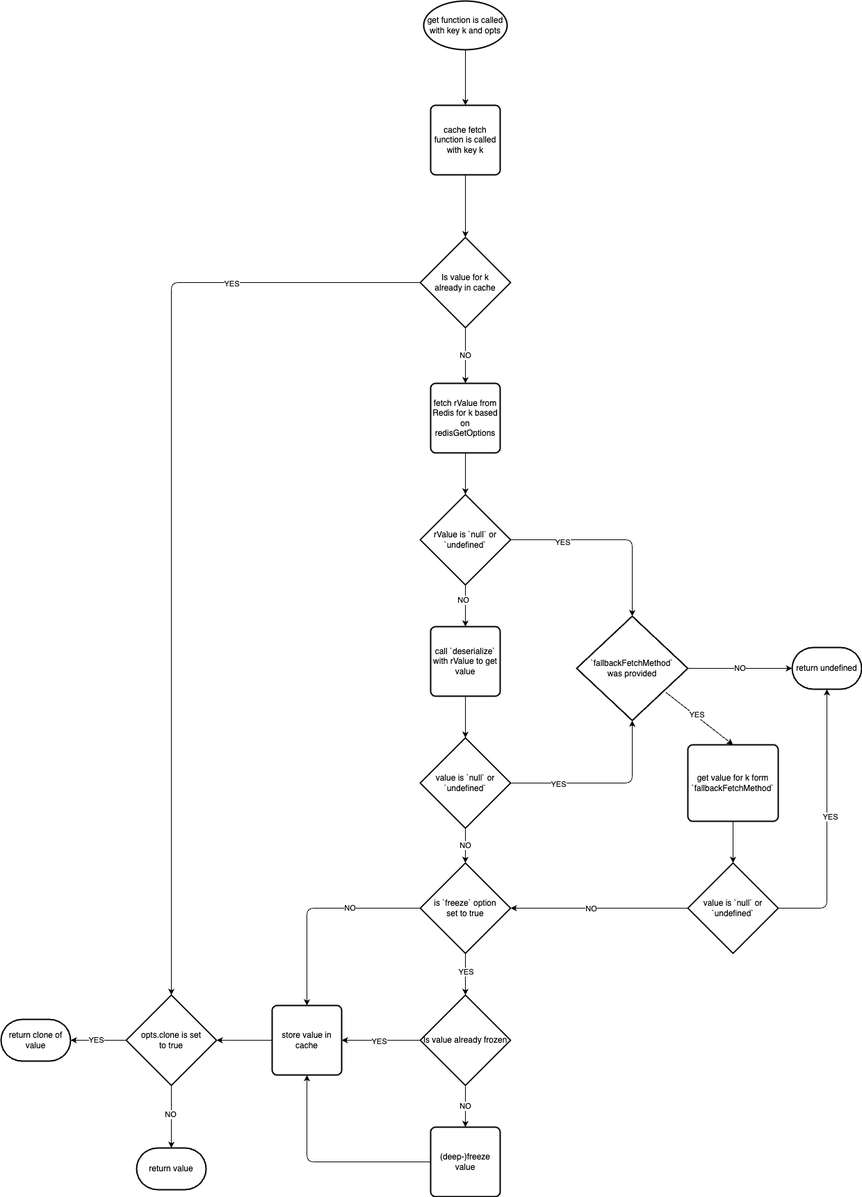
Before: diagrams/getFlow.png, a diagram exported from draw.io (tcs-de/redis-value-cache). Source tidied: cells renumbered, new cells last; positions are measured from the earlier drawing's top-left corner, leaving out a move shared by most shapes.
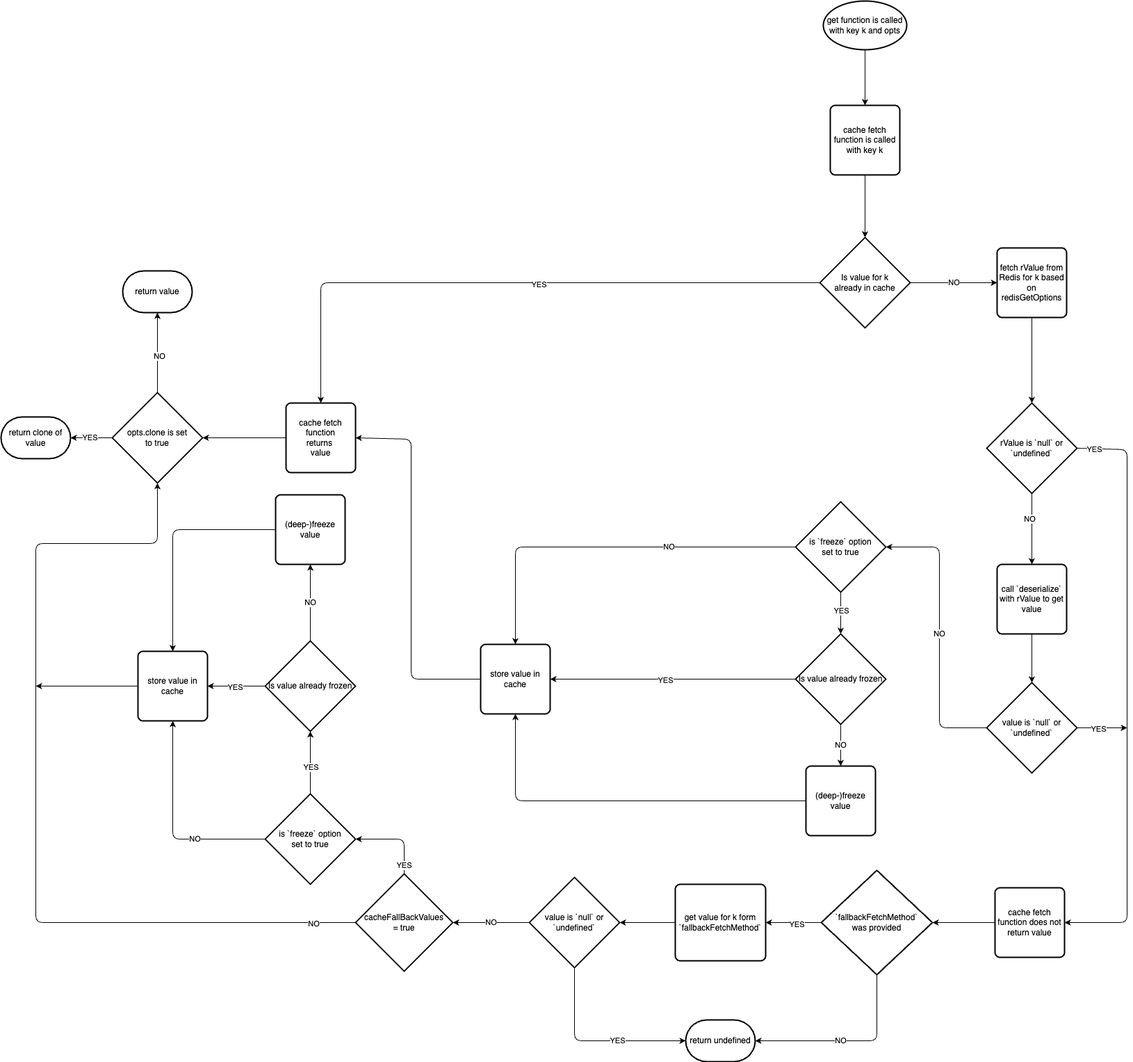
The same diagram one commit later.

Commit message:
freezing fallbackValues and update flowchart

The edit, as a diff of the source:
```diff
@@ -8,3 +8,3 @@
     <mxCell id="3" value="get function is called with key k and opts" style="strokeWidth=2;html=1;shape=mxgraph.flowchart.start_1;whiteSpace=wrap;" parent="1" vertex="1">
-      <mxGeometry x="608" width="120" height="70" as="geometry" />
+      <mxGeometry x="753" width="120" height="70" as="geometry" />
     </mxCell>
@@ -13,6 +13,17 @@
     </mxCell>
+    <mxCell id="55" style="edgeStyle=none;html=1;exitX=1;exitY=0.5;exitDx=0;exitDy=0;exitPerimeter=0;" parent="1" edge="1" source="10" target="68">
+      <mxGeometry relative="1" as="geometry">
+        <Array as="points">
+          <mxPoint x="1190" y="645" />
+          <mxPoint x="1190" y="1325" />
+        </Array>
+      </mxGeometry>
+    </mxCell>
+    <mxCell id="56" value="YES" style="edgeLabel;html=1;align=center;verticalAlign=middle;" parent="55" vertex="1">
+      <mxGeometry x="-0.94" y="-1" relative="1" as="geometry" />
+    </mxCell>
     <mxCell id="5" value="fetch rValue from Redis for k based on &lt;br&gt;redisGetOptions" style="rounded=1;whiteSpace=wrap;html=1;absoluteArcSize=1;arcSize=14;strokeWidth=2;" parent="1" vertex="1">
-      <mxGeometry x="618" y="550" width="100" height="100" as="geometry" />
+      <mxGeometry x="1003" y="355" width="100" height="100" as="geometry" />
     </mxCell>
-    <mxCell id="6" style="edgeStyle=none;html=1;entryX=0.5;entryY=0;entryDx=0;entryDy=0;" parent="1" edge="1" source="10" target="12">
+    <mxCell id="6" style="edgeStyle=none;html=1;entryX=0.5;entryY=0;entryDx=0;entryDy=0;exitX=0.5;exitY=1;exitDx=0;exitDy=0;exitPerimeter=0;" parent="1" edge="1" source="10" target="12">
       <mxGeometry relative="1" as="geometry" />
@@ -22,14 +33,4 @@
     </mxCell>
-    <mxCell id="8" style="edgeStyle=none;html=1;entryX=0.5;entryY=0;entryDx=0;entryDy=0;entryPerimeter=0;" parent="1" edge="1" source="10" target="20">
-      <mxGeometry relative="1" as="geometry">
-        <Array as="points">
-          <mxPoint x="908" y="775" />
-        </Array>
-      </mxGeometry>
-    </mxCell>
-    <mxCell id="9" value="YES" style="edgeLabel;html=1;align=center;verticalAlign=middle;" parent="8" vertex="1">
-      <mxGeometry x="-0.48" y="-3" relative="1" as="geometry" />
-    </mxCell>
     <mxCell id="10" value="rValue is `null` or &lt;br&gt;`undefined`" style="strokeWidth=2;html=1;shape=mxgraph.flowchart.decision;whiteSpace=wrap;" parent="1" vertex="1">
-      <mxGeometry x="603" y="710" width="130" height="130" as="geometry" />
+      <mxGeometry x="988" y="578" width="130" height="130" as="geometry" />
     </mxCell>
@@ -39,26 +40,24 @@
     <mxCell id="12" value="call `deserialize` with rValue to get value" style="rounded=1;whiteSpace=wrap;html=1;absoluteArcSize=1;arcSize=14;strokeWidth=2;" parent="1" vertex="1">
-      <mxGeometry x="618" y="900" width="100" height="100" as="geometry" />
+      <mxGeometry x="1003" y="810" width="100" height="100" as="geometry" />
     </mxCell>
-    <mxCell id="13" style="edgeStyle=none;html=1;entryX=0.5;entryY=1;entryDx=0;entryDy=0;entryPerimeter=0;" parent="1" edge="1" source="16" target="20">
-      <mxGeometry relative="1" as="geometry">
-        <Array as="points">
-          <mxPoint x="908" y="1125" />
-        </Array>
-      </mxGeometry>
-    </mxCell>
-    <mxCell id="14" value="YES" style="edgeLabel;html=1;align=center;verticalAlign=middle;" parent="13" vertex="1">
-      <mxGeometry x="-0.49" y="-1" relative="1" as="geometry">
-        <mxPoint x="1" as="offset" />
-      </mxGeometry>
-    </mxCell>
-    <mxCell id="15" value="NO" style="edgeStyle=none;html=1;entryX=0.5;entryY=0;entryDx=0;entryDy=0;entryPerimeter=0;" parent="1" edge="1" source="16" target="33">
-      <mxGeometry relative="1" as="geometry" />
+    <mxCell id="15" value="NO" style="edgeStyle=none;html=1;entryX=1;entryY=0.5;entryDx=0;entryDy=0;entryPerimeter=0;exitX=0;exitY=0.5;exitDx=0;exitDy=0;exitPerimeter=0;" parent="1" edge="1" source="16" target="33">
+      <mxGeometry relative="1" as="geometry">
+        <Array as="points">
+          <mxPoint x="920" y="1045" />
+          <mxPoint x="920" y="785" />
+        </Array>
+      </mxGeometry>
     </mxCell>
+    <mxCell id="57" style="edgeStyle=none;html=1;" parent="1" edge="1" source="16">
+      <mxGeometry relative="1" as="geometry">
+        <mxPoint x="1190" y="1045" as="targetPoint" />
+      </mxGeometry>
+    </mxCell>
+    <mxCell id="58" value="YES" style="edgeLabel;html=1;align=center;verticalAlign=middle;" parent="57" vertex="1">
+      <mxGeometry x="-0.17" y="-1" relative="1" as="geometry" />
+    </mxCell>
     <mxCell id="16" value="value is `null` or `undefined`" style="strokeWidth=2;html=1;shape=mxgraph.flowchart.decision;whiteSpace=wrap;" parent="1" vertex="1">
-      <mxGeometry x="603" y="1060" width="130" height="130" as="geometry" />
+      <mxGeometry x="988" y="980" width="130" height="130" as="geometry" />
     </mxCell>
-    <mxCell id="17" value="NO" style="edgeStyle=none;html=1;" parent="1" edge="1" source="20" target="21">
-      <mxGeometry relative="1" as="geometry" />
-    </mxCell>
-    <mxCell id="18" style="edgeStyle=none;html=1;exitX=0.801;exitY=0.729;exitDx=0;exitDy=0;exitPerimeter=0;entryX=0.5;entryY=0;entryDx=0;entryDy=0;" parent="1" edge="1" source="20" target="23">
+    <mxCell id="18" style="edgeStyle=none;html=1;exitX=0;exitY=0.5;exitDx=0;exitDy=0;exitPerimeter=0;entryX=1;entryY=0.5;entryDx=0;entryDy=0;" parent="1" edge="1" source="20" target="23">
       <mxGeometry relative="1" as="geometry" />
@@ -68,9 +67,16 @@
     </mxCell>
+    <mxCell id="17" style="edgeStyle=none;html=1;entryX=1;entryY=0.5;entryDx=0;entryDy=0;entryPerimeter=0;exitX=0.5;exitY=1;exitDx=0;exitDy=0;exitPerimeter=0;" parent="1" edge="1" source="20" target="21">
+      <mxGeometry relative="1" as="geometry">
+        <Array as="points">
+          <mxPoint x="830" y="1495" />
+        </Array>
+      </mxGeometry>
+    </mxCell>
+    <mxCell id="59" value="NO" style="edgeLabel;html=1;align=center;verticalAlign=middle;" parent="17" vertex="1">
+      <mxGeometry x="0.1" y="-1" relative="1" as="geometry" />
+    </mxCell>
     <mxCell id="20" value="`fallbackFetchMethod`&lt;br&gt;was provided" style="strokeWidth=2;html=1;shape=mxgraph.flowchart.decision;whiteSpace=wrap;" parent="1" vertex="1">
-      <mxGeometry x="828" y="885" width="160" height="150" as="geometry" />
+      <mxGeometry x="750" y="1250" width="160" height="150" as="geometry" />
     </mxCell>
-    <mxCell id="21" value="return undefined" style="strokeWidth=2;html=1;shape=mxgraph.flowchart.terminator;whiteSpace=wrap;" parent="1" vertex="1">
-      <mxGeometry x="1138" y="930" width="100" height="60" as="geometry" />
-    </mxCell>
-    <mxCell id="22" style="edgeStyle=none;html=1;entryX=0.5;entryY=0;entryDx=0;entryDy=0;entryPerimeter=0;" parent="1" edge="1" source="23" target="28">
+    <mxCell id="22" style="edgeStyle=none;html=1;entryX=1;entryY=0.5;entryDx=0;entryDy=0;entryPerimeter=0;" parent="1" edge="1" source="23" target="28">
       <mxGeometry relative="1" as="geometry" />
@@ -78,8 +84,8 @@
     <mxCell id="23" value="get value for k form `fallbackFetchMethod`" style="rounded=1;whiteSpace=wrap;html=1;absoluteArcSize=1;arcSize=14;strokeWidth=2;" parent="1" vertex="1">
-      <mxGeometry x="988" y="1070" width="130" height="110" as="geometry" />
+      <mxGeometry x="540" y="1270" width="130" height="110" as="geometry" />
     </mxCell>
-    <mxCell id="24" style="edgeStyle=none;html=1;entryX=0.5;entryY=1;entryDx=0;entryDy=0;entryPerimeter=0;" parent="1" edge="1" source="28" target="21">
+    <mxCell id="24" style="edgeStyle=none;html=1;entryX=0;entryY=0.5;entryDx=0;entryDy=0;entryPerimeter=0;exitX=0.5;exitY=1;exitDx=0;exitDy=0;exitPerimeter=0;" parent="1" edge="1" source="28" target="21">
       <mxGeometry relative="1" as="geometry">
         <Array as="points">
-          <mxPoint x="1188" y="1305" />
+          <mxPoint x="395" y="1495" />
         </Array>
@@ -87,13 +93,10 @@
     </mxCell>
-    <mxCell id="25" value="YES" style="edgeLabel;html=1;align=center;verticalAlign=middle;" parent="24" vertex="1">
-      <mxGeometry x="0.05" y="-4" relative="1" as="geometry" />
-    </mxCell>
-    <mxCell id="26" style="edgeStyle=none;html=1;entryX=1;entryY=0.5;entryDx=0;entryDy=0;entryPerimeter=0;" parent="1" edge="1" source="28" target="33">
-      <mxGeometry relative="1" as="geometry" />
-    </mxCell>
-    <mxCell id="27" value="NO" style="edgeLabel;html=1;align=center;verticalAlign=middle;" parent="26" vertex="1">
-      <mxGeometry x="0.1" relative="1" as="geometry" />
-    </mxCell>
+    <mxCell id="60" value="YES" style="edgeLabel;html=1;align=center;verticalAlign=middle;" parent="24" vertex="1">
+      <mxGeometry x="0.25" y="1" relative="1" as="geometry" />
+    </mxCell>
+    <mxCell id="61" value="NO" style="edgeStyle=none;html=1;entryX=1;entryY=0.5;entryDx=0;entryDy=0;entryPerimeter=0;" parent="1" edge="1" source="28" target="73">
+      <mxGeometry relative="1" as="geometry" />
+    </mxCell>
     <mxCell id="28" value="value is `null` or `undefined`" style="strokeWidth=2;html=1;shape=mxgraph.flowchart.decision;whiteSpace=wrap;" parent="1" vertex="1">
-      <mxGeometry x="988" y="1240" width="130" height="130" as="geometry" />
+      <mxGeometry x="330" y="1260" width="130" height="130" as="geometry" />
     </mxCell>
@@ -102,3 +105,3 @@
         <Array as="points">
-          <mxPoint x="440" y="1305" />
+          <mxPoint x="310" y="785" />
         </Array>
@@ -116,3 +119,3 @@
     <mxCell id="33" value="is `freeze` option&lt;br&gt;set to true" style="strokeWidth=2;html=1;shape=mxgraph.flowchart.decision;whiteSpace=wrap;" parent="1" vertex="1">
-      <mxGeometry x="603" y="1240" width="130" height="130" as="geometry" />
+      <mxGeometry x="713" y="720" width="130" height="130" as="geometry" />
     </mxCell>
@@ -128,3 +131,3 @@
     <mxCell id="37" value="Is value already frozen" style="strokeWidth=2;html=1;shape=mxgraph.flowchart.decision;whiteSpace=wrap;" parent="1" vertex="1">
-      <mxGeometry x="603" y="1430" width="130" height="130" as="geometry" />
+      <mxGeometry x="713" y="910" width="130" height="130" as="geometry" />
     </mxCell>
@@ -133,3 +136,3 @@
         <Array as="points">
-          <mxPoint x="440" y="1670" />
+          <mxPoint x="310" y="1150" />
         </Array>
@@ -138,3 +141,3 @@
     <mxCell id="39" value="(deep-)freeze value" style="rounded=1;whiteSpace=wrap;html=1;absoluteArcSize=1;arcSize=14;strokeWidth=2;" parent="1" vertex="1">
-      <mxGeometry x="618" y="1620" width="100" height="100" as="geometry" />
+      <mxGeometry x="728" y="1100" width="100" height="100" as="geometry" />
     </mxCell>
@@ -144,25 +147,30 @@
     <mxCell id="41" value="cache fetch function is called with key k" style="rounded=1;whiteSpace=wrap;html=1;absoluteArcSize=1;arcSize=14;strokeWidth=2;" parent="1" vertex="1">
-      <mxGeometry x="618" y="150" width="100" height="100" as="geometry" />
+      <mxGeometry x="763" y="150" width="100" height="100" as="geometry" />
     </mxCell>
-    <mxCell id="42" value="NO" style="edgeStyle=none;html=1;entryX=0.5;entryY=0;entryDx=0;entryDy=0;" parent="1" edge="1" source="45" target="5">
+    <mxCell id="42" value="NO" style="edgeStyle=none;html=1;entryX=0;entryY=0.5;entryDx=0;entryDy=0;" parent="1" edge="1" source="45" target="5">
       <mxGeometry relative="1" as="geometry" />
     </mxCell>
-    <mxCell id="43" style="edgeStyle=none;html=1;entryX=0.5;entryY=0;entryDx=0;entryDy=0;entryPerimeter=0;" parent="1" edge="1" source="45" target="52">
-      <mxGeometry relative="1" as="geometry">
-        <Array as="points">
-          <mxPoint x="245" y="405" />
-        </Array>
-      </mxGeometry>
-    </mxCell>
-    <mxCell id="44" value="YES" style="edgeLabel;html=1;align=center;verticalAlign=middle;" parent="43" vertex="1">
-      <mxGeometry x="-0.61" y="1" relative="1" as="geometry" />
-    </mxCell>
+    <mxCell id="62" style="edgeStyle=none;html=1;entryX=0.5;entryY=0;entryDx=0;entryDy=0;" parent="1" edge="1" source="45" target="66">
+      <mxGeometry relative="1" as="geometry">
+        <Array as="points">
+          <mxPoint x="30" y="405" />
+        </Array>
+      </mxGeometry>
+    </mxCell>
+    <mxCell id="63" value="YES" style="edgeLabel;html=1;align=center;verticalAlign=middle;" parent="62" vertex="1">
+      <mxGeometry x="-0.09" y="2" relative="1" as="geometry" />
+    </mxCell>
     <mxCell id="45" value="Is value for k&lt;br&gt;already in cache" style="strokeWidth=2;html=1;shape=mxgraph.flowchart.decision;whiteSpace=wrap;" parent="1" vertex="1">
-      <mxGeometry x="603" y="340" width="130" height="130" as="geometry" />
+      <mxGeometry x="748" y="340" width="130" height="130" as="geometry" />
     </mxCell>
-    <mxCell id="46" style="edgeStyle=none;html=1;entryX=1;entryY=0.5;entryDx=0;entryDy=0;entryPerimeter=0;" parent="1" edge="1" source="47" target="52">
-      <mxGeometry relative="1" as="geometry" />
-    </mxCell>
+    <mxCell id="64" style="edgeStyle=none;html=1;entryX=1;entryY=0.5;entryDx=0;entryDy=0;" parent="1" edge="1" source="47" target="66">
+      <mxGeometry relative="1" as="geometry">
+        <Array as="points">
+          <mxPoint x="160" y="975" />
+          <mxPoint x="160" y="630" />
+        </Array>
+      </mxGeometry>
+    </mxCell>
     <mxCell id="47" value="store value in cache" style="rounded=1;whiteSpace=wrap;html=1;absoluteArcSize=1;arcSize=14;strokeWidth=2;" parent="1" vertex="1">
-      <mxGeometry x="390" y="1445" width="100" height="100" as="geometry" />
+      <mxGeometry x="260" y="925" width="100" height="100" as="geometry" />
     </mxCell>
@@ -174,3 +182,3 @@
     </mxCell>
-    <mxCell id="50" style="edgeStyle=none;html=1;entryX=0.5;entryY=0;entryDx=0;entryDy=0;entryPerimeter=0;" parent="1" edge="1" source="52" target="54">
+    <mxCell id="50" style="edgeStyle=none;html=1;entryX=0.5;entryY=1;entryDx=0;entryDy=0;entryPerimeter=0;" parent="1" edge="1" source="52" target="54">
       <mxGeometry relative="1" as="geometry" />
@@ -181,10 +189,99 @@
     <mxCell id="52" value="opts.clone is set&lt;br&gt;to true" style="strokeWidth=2;html=1;shape=mxgraph.flowchart.decision;whiteSpace=wrap;" parent="1" vertex="1">
-      <mxGeometry x="180" y="1430" width="130" height="130" as="geometry" />
+      <mxGeometry x="-270" y="563" width="130" height="130" as="geometry" />
     </mxCell>
     <mxCell id="53" value="return clone of value" style="strokeWidth=2;html=1;shape=mxgraph.flowchart.terminator;whiteSpace=wrap;" parent="1" vertex="1">
-      <mxGeometry y="1465" width="100" height="60" as="geometry" />
+      <mxGeometry x="-430" y="598" width="100" height="60" as="geometry" />
     </mxCell>
     <mxCell id="54" value="return value" style="strokeWidth=2;html=1;shape=mxgraph.flowchart.terminator;whiteSpace=wrap;" parent="1" vertex="1">
-      <mxGeometry x="195" y="1650" width="100" height="60" as="geometry" />
+      <mxGeometry x="-255" y="388" width="100" height="60" as="geometry" />
     </mxCell>
+    <mxCell id="65" style="edgeStyle=none;html=1;entryX=1;entryY=0.5;entryDx=0;entryDy=0;entryPerimeter=0;" parent="1" edge="1" source="66" target="52">
+      <mxGeometry relative="1" as="geometry" />
+    </mxCell>
+    <mxCell id="66" value="cache fetch function&lt;br&gt;returns&amp;nbsp;&lt;br&gt;value" style="rounded=1;whiteSpace=wrap;html=1;absoluteArcSize=1;arcSize=14;strokeWidth=2;" parent="1" vertex="1">
+      <mxGeometry x="-20" y="578" width="100" height="100" as="geometry" />
+    </mxCell>
+    <mxCell id="67" style="edgeStyle=none;html=1;entryX=1;entryY=0.5;entryDx=0;entryDy=0;entryPerimeter=0;" parent="1" edge="1" source="68" target="20">
+      <mxGeometry relative="1" as="geometry" />
+    </mxCell>
+    <mxCell id="68" value="cache fetch function does not return value" style="rounded=1;whiteSpace=wrap;html=1;absoluteArcSize=1;arcSize=14;strokeWidth=2;" parent="1" vertex="1">
+      <mxGeometry x="1000" y="1275" width="100" height="100" as="geometry" />
+    </mxCell>
+    <mxCell id="21" value="return undefined" style="strokeWidth=2;html=1;shape=mxgraph.flowchart.terminator;whiteSpace=wrap;" parent="1" vertex="1">
+      <mxGeometry x="555" y="1465" width="100" height="60" as="geometry" />
+    </mxCell>
+    <mxCell id="69" style="edgeStyle=none;html=1;entryX=0.5;entryY=1;entryDx=0;entryDy=0;entryPerimeter=0;" parent="1" edge="1" source="73" target="52">
+      <mxGeometry relative="1" as="geometry">
+        <Array as="points">
+          <mxPoint x="-380" y="1325" />
+          <mxPoint x="-380" y="780" />
+          <mxPoint x="-205" y="780" />
+        </Array>
+      </mxGeometry>
+    </mxCell>
+    <mxCell id="70" value="NO" style="edgeLabel;html=1;align=center;verticalAlign=middle;" parent="69" vertex="1">
+      <mxGeometry x="-0.9" y="1" relative="1" as="geometry" />
+    </mxCell>
+    <mxCell id="71" style="edgeStyle=none;html=1;entryX=1;entryY=0.5;entryDx=0;entryDy=0;entryPerimeter=0;exitX=0.5;exitY=0;exitDx=0;exitDy=0;exitPerimeter=0;" parent="1" edge="1" source="73" target="78">
+      <mxGeometry relative="1" as="geometry">
+        <Array as="points">
+          <mxPoint x="150" y="1205" />
+        </Array>
+      </mxGeometry>
+    </mxCell>
+    <mxCell id="72" value="YES" style="edgeLabel;html=1;align=center;verticalAlign=middle;" parent="71" vertex="1">
+      <mxGeometry x="-0.78" y="1" relative="1" as="geometry" />
+    </mxCell>
+    <mxCell id="73" value="cacheFallBackValues&lt;br&gt;= true" style="strokeWidth=2;html=1;shape=mxgraph.flowchart.decision;whiteSpace=wrap;" parent="1" vertex="1">
+      <mxGeometry x="80" y="1255" width="140" height="140" as="geometry" />
+    </mxCell>
+    <mxCell id="74" style="edgeStyle=none;html=1;entryX=0.5;entryY=1;entryDx=0;entryDy=0;" parent="1" edge="1" source="78" target="86">
+      <mxGeometry relative="1" as="geometry">
+        <Array as="points">
+          <mxPoint x="-183" y="1205" />
+        </Array>
+      </mxGeometry>
+    </mxCell>
+    <mxCell id="75" value="NO" style="edgeLabel;html=1;align=center;verticalAlign=middle;" parent="74" vertex="1">
+      <mxGeometry x="-0.33" y="-1" relative="1" as="geometry" />
+    </mxCell>
+    <mxCell id="76" style="edgeStyle=none;html=1;entryX=0.5;entryY=1;entryDx=0;entryDy=0;entryPerimeter=0;exitX=0.5;exitY=0;exitDx=0;exitDy=0;exitPerimeter=0;" parent="1" edge="1" source="78" target="82">
+      <mxGeometry relative="1" as="geometry" />
+    </mxCell>
+    <mxCell id="77" value="YES" style="edgeLabel;html=1;align=center;verticalAlign=middle;" parent="76" vertex="1">
+      <mxGeometry x="-0.14" relative="1" as="geometry" />
+    </mxCell>
+    <mxCell id="78" value="is `freeze` option&lt;br&gt;set to true" style="strokeWidth=2;html=1;shape=mxgraph.flowchart.decision;whiteSpace=wrap;" parent="1" vertex="1">
+      <mxGeometry x="-50" y="1140" width="130" height="130" as="geometry" />
+    </mxCell>
+    <mxCell id="79" style="edgeStyle=none;html=1;entryX=1;entryY=0.5;entryDx=0;entryDy=0;" parent="1" edge="1" source="82" target="86">
+      <mxGeometry relative="1" as="geometry" />
+    </mxCell>
+    <mxCell id="80" value="YES" style="edgeLabel;html=1;align=center;verticalAlign=middle;" parent="79" vertex="1">
+      <mxGeometry x="0.07" y="1" relative="1" as="geometry" />
+    </mxCell>
+    <mxCell id="81" value="NO" style="edgeStyle=none;html=1;entryX=0.5;entryY=1;entryDx=0;entryDy=0;exitX=0.5;exitY=0;exitDx=0;exitDy=0;exitPerimeter=0;" parent="1" edge="1" source="82" target="84">
+      <mxGeometry relative="1" as="geometry" />
+    </mxCell>
+    <mxCell id="82" value="Is value already frozen" style="strokeWidth=2;html=1;shape=mxgraph.flowchart.decision;whiteSpace=wrap;" parent="1" vertex="1">
+      <mxGeometry x="-50" y="920" width="130" height="130" as="geometry" />
+    </mxCell>
+    <mxCell id="83" style="edgeStyle=none;html=1;entryX=0.5;entryY=0;entryDx=0;entryDy=0;" parent="1" edge="1" source="84" target="86">
+      <mxGeometry relative="1" as="geometry">
+        <Array as="points">
+          <mxPoint x="-183" y="760" />
+        </Array>
+      </mxGeometry>
+    </mxCell>
+    <mxCell id="84" value="(deep-)freeze value" style="rounded=1;whiteSpace=wrap;html=1;absoluteArcSize=1;arcSize=14;strokeWidth=2;" parent="1" vertex="1">
+      <mxGeometry x="-35" y="710" width="100" height="100" as="geometry" />
+    </mxCell>
+    <mxCell id="85" style="edgeStyle=none;html=1;" parent="1" edge="1" source="86">
+      <mxGeometry relative="1" as="geometry">
+        <mxPoint x="-380" y="985" as="targetPoint" />
+      </mxGeometry>
+    </mxCell>
+    <mxCell id="86" value="store value in cache" style="rounded=1;whiteSpace=wrap;html=1;absoluteArcSize=1;arcSize=14;strokeWidth=2;" parent="1" vertex="1">
+      <mxGeometry x="-233" y="935" width="100" height="100" as="geometry" />
+    </mxCell>
   </root>
```
